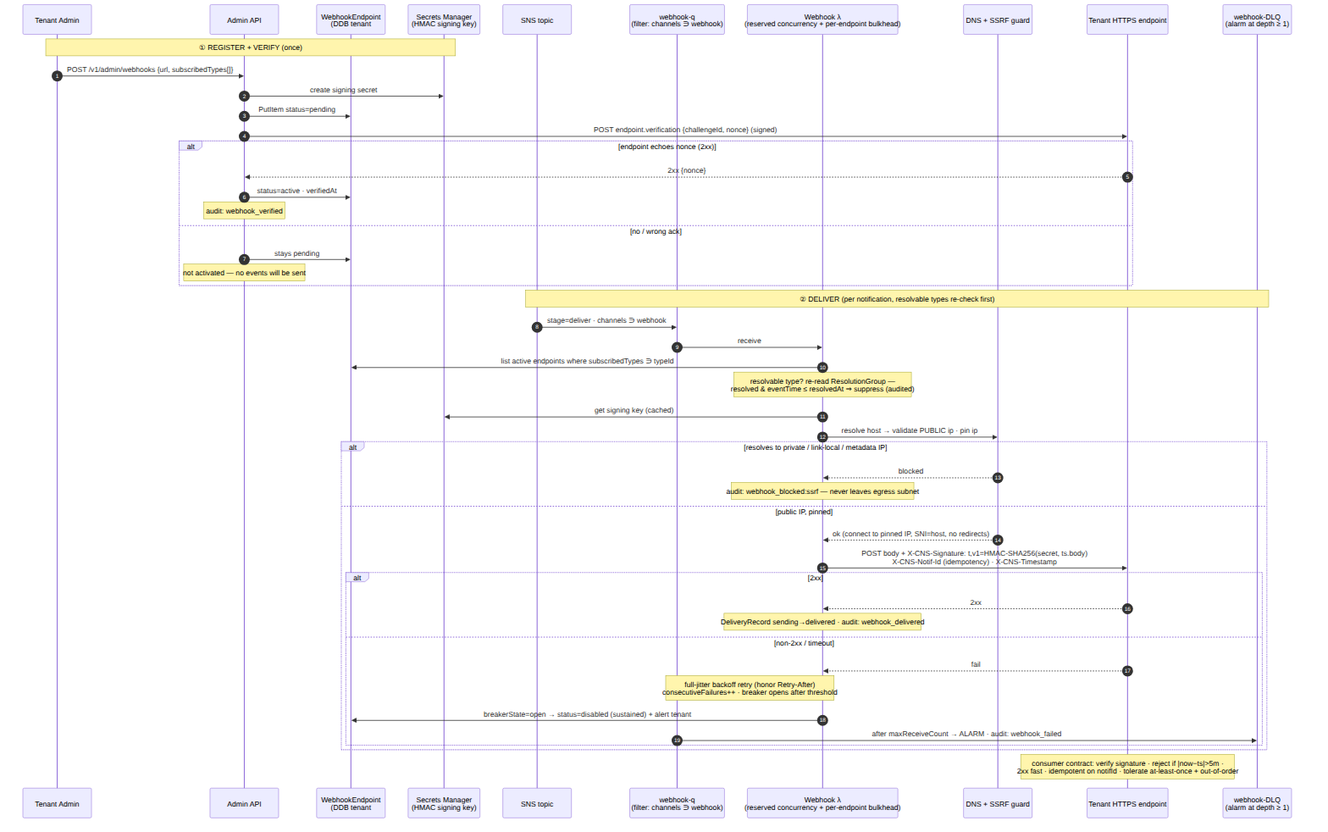
The Mermaid diagram diagrams/f7_webhook.png in yaronyudov/CentralNotificationService, before a commit. Its source is kept beside it as diagrams/f7_webhook.mmd.
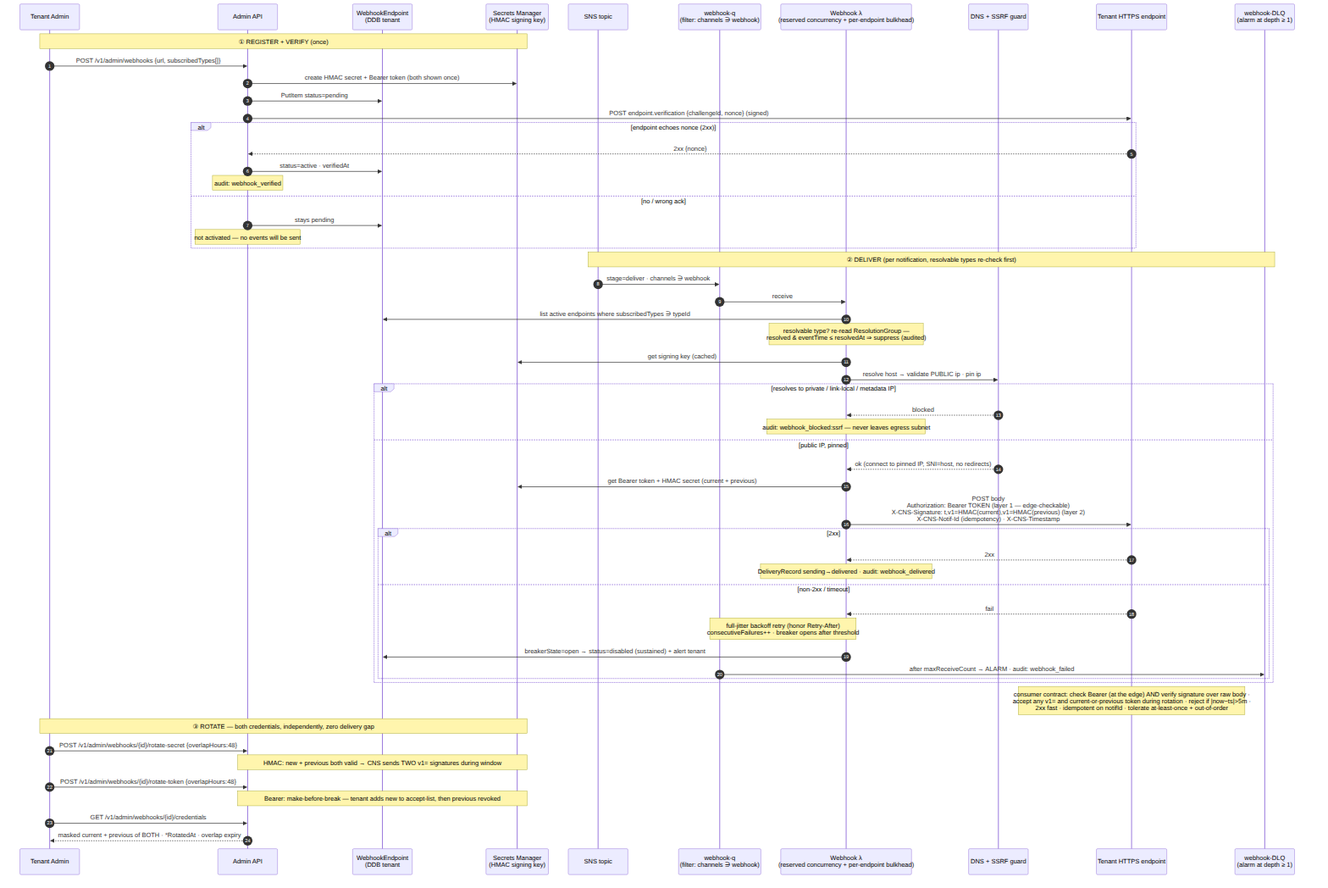
After the change.

Commit message:
Webhook: add bearer token on top of HMAC signing; make both rotatable

What changed in the source:
```diff
@@ -13,7 +13,7 @@
 
     Note over ADM,SEC: ① REGISTER + VERIFY (once)
     ADM->>API: POST /v1/admin/webhooks {url, subscribedTypes[]}
-    API->>SEC: create signing secret
+    API->>SEC: create HMAC secret + Bearer token (both shown once)
     API->>REG: PutItem status=pending
     API->>EP: POST endpoint.verification {challengeId, nonce} (signed)
     alt endpoint echoes nonce (2xx)
@@ -37,7 +37,8 @@
         Note over WH: audit: webhook_blocked:ssrf — never leaves egress subnet
     else public IP, pinned
         DNS-->>WH: ok (connect to pinned IP, SNI=host, no redirects)
-        WH->>EP: POST body + X-CNS-Signature: t,v1=HMAC-SHA256(secret, ts.body)<br/>X-CNS-Notif-Id (idempotency) · X-CNS-Timestamp
+        WH->>SEC: get Bearer token + HMAC secret (current + previous)
+        WH->>EP: POST body<br/>Authorization: Bearer TOKEN (layer 1 — edge-checkable)<br/>X-CNS-Signature: t,v1=HMAC(current),v1=HMAC(previous) (layer 2)<br/>X-CNS-Notif-Id (idempotency) · X-CNS-Timestamp
         alt 2xx
             EP-->>WH: 2xx
             Note over WH: DeliveryRecord sending→delivered · audit: webhook_delivered
@@ -48,4 +49,12 @@
             WQ->>DLQ: after maxReceiveCount → ALARM · audit: webhook_failed
         end
     end
-    Note over EP: consumer contract: verify signature · reject if |now−ts|>5m ·<br/>2xx fast · idempotent on notifId · tolerate at-least-once + out-of-order
+    Note over EP: consumer contract: check Bearer (at the edge) AND verify signature over raw body ·<br/>accept any v1= and current-or-previous token during rotation · reject if |now−ts|>5m ·<br/>2xx fast · idempotent on notifId · tolerate at-least-once + out-of-order
+
+    Note over ADM,SEC: ③ ROTATE — both credentials, independently, zero delivery gap
+    ADM->>API: POST /v1/admin/webhooks/{id}/rotate-secret {overlapHours:48}
+    Note over API,SEC: HMAC: new + previous both valid → CNS sends TWO v1= signatures during window
+    ADM->>API: POST /v1/admin/webhooks/{id}/rotate-token {overlapHours:48}
+    Note over API,SEC: Bearer: make-before-break — tenant adds new to accept-list, then previous revoked
+    ADM->>API: GET /v1/admin/webhooks/{id}/credentials
+    API-->>ADM: masked current + previous of BOTH · *RotatedAt · overlap expiry
```
